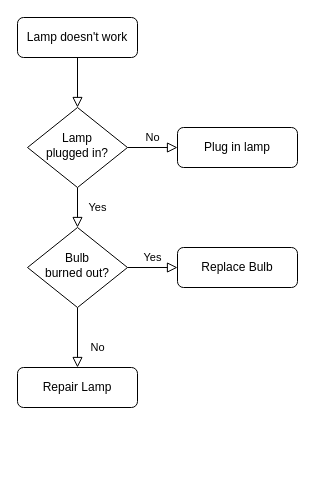
This is Untitled Diagram.drawio from carlonelong/pics, a draw.io file, before an edit. Source tidied: cells renumbered, new cells numbered last; positions are measured from the earlier drawing's top-left corner, leaving out a move shared by most shapes. Both pictures are drawn from the tidied source at 100%, with x=0, y=0 at pixel (17, 17).
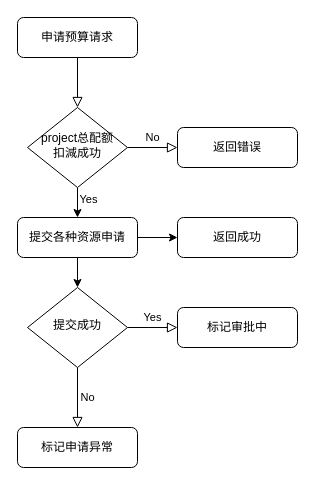
The same diagram, later.

Diff of the diagram source:
```diff
@@
 <mxGraphModel>
   <root>
     <mxCell id="0" />
     <mxCell id="1" parent="0" />
     <mxCell id="2" style="rounded=0;html=1;jettySize=auto;fontSize=11;endArrow=block;endFill=0;endSize=8;strokeWidth=1;shadow=0;labelBackgroundColor=none;edgeStyle=orthogonalEdgeStyle;" parent="1" edge="1" source="3" target="6">
       <mxGeometry relative="1" as="geometry" />
     </mxCell>
-    <mxCell id="3" value="Lamp doesn't work" style="rounded=1;whiteSpace=wrap;html=1;fontSize=12;glass=0;strokeWidth=1;shadow=0;" parent="1" vertex="1">
+    <mxCell id="3" value="申请预算请求" style="rounded=1;whiteSpace=wrap;html=1;fontSize=12;glass=0;strokeWidth=1;shadow=0;" parent="1" vertex="1">
       <mxGeometry width="120" height="40" as="geometry" />
     </mxCell>
+    <mxCell id="5" value="No" style="edgeStyle=orthogonalEdgeStyle;rounded=0;html=1;jettySize=auto;fontSize=11;endArrow=block;endFill=0;endSize=8;strokeWidth=1;shadow=0;labelBackgroundColor=none;" parent="1" edge="1" source="6" target="7">
+      <mxGeometry y="10" relative="1" as="geometry" />
+    </mxCell>
+    <mxCell id="13" style="edgeStyle=orthogonalEdgeStyle;rounded=0;jettySize=auto;html=1;exitX=0.5;exitY=1;exitDx=0;exitDy=0;entryX=0.5;entryY=0;entryDx=0;entryDy=0;" parent="1" edge="1" source="6" target="16">
+      <mxGeometry relative="1" as="geometry" />
+    </mxCell>
-    <mxCell id="4" value="Yes" style="rounded=0;html=1;jettySize=auto;fontSize=11;endArrow=block;endFill=0;endSize=8;strokeWidth=1;shadow=0;labelBackgroundColor=none;edgeStyle=orthogonalEdgeStyle;" parent="1" edge="1" source="6" target="10">
-      <mxGeometry y="20" relative="1" as="geometry" />
+    <mxCell id="4" value="Yes&lt;br&gt;" style="edgeLabel;html=1;align=center;verticalAlign=middle;" parent="13" vertex="1">
+      <mxGeometry x="-0.27" y="1" relative="1" as="geometry">
+        <mxPoint x="9" as="offset" />
+      </mxGeometry>
     </mxCell>
-    <mxCell id="5" value="No" style="edgeStyle=orthogonalEdgeStyle;rounded=0;html=1;jettySize=auto;fontSize=11;endArrow=block;endFill=0;endSize=8;strokeWidth=1;shadow=0;labelBackgroundColor=none;" parent="1" edge="1" source="6" target="7">
-      <mxGeometry y="10" relative="1" as="geometry" />
-    </mxCell>
-    <mxCell id="6" value="Lamp&lt;br&gt;plugged in?" style="rhombus;whiteSpace=wrap;html=1;shadow=0;fontFamily=Helvetica;fontSize=12;align=center;strokeWidth=1;spacing=6;spacingTop=-4;" parent="1" vertex="1">
+    <mxCell id="6" value="project总配额&lt;br&gt;扣減成功" style="rhombus;whiteSpace=wrap;html=1;shadow=0;fontFamily=Helvetica;fontSize=12;align=center;strokeWidth=1;spacing=6;spacingTop=-4;" parent="1" vertex="1">
       <mxGeometry x="10" y="90" width="100" height="80" as="geometry" />
     </mxCell>
-    <mxCell id="7" value="Plug in lamp" style="rounded=1;whiteSpace=wrap;html=1;fontSize=12;glass=0;strokeWidth=1;shadow=0;" parent="1" vertex="1">
+    <mxCell id="7" value="返回错误" style="rounded=1;whiteSpace=wrap;html=1;fontSize=12;glass=0;strokeWidth=1;shadow=0;" parent="1" vertex="1">
       <mxGeometry x="160" y="110" width="120" height="40" as="geometry" />
     </mxCell>
     <mxCell id="8" value="No" style="rounded=0;html=1;jettySize=auto;fontSize=11;endArrow=block;endFill=0;endSize=8;strokeWidth=1;shadow=0;labelBackgroundColor=none;edgeStyle=orthogonalEdgeStyle;" parent="1" edge="1" source="10" target="11">
-      <mxGeometry x="0.33" y="20" relative="1" as="geometry" />
+      <mxGeometry y="10" relative="1" as="geometry" />
     </mxCell>
     <mxCell id="9" value="Yes" style="edgeStyle=orthogonalEdgeStyle;rounded=0;html=1;jettySize=auto;fontSize=11;endArrow=block;endFill=0;endSize=8;strokeWidth=1;shadow=0;labelBackgroundColor=none;" parent="1" edge="1" source="10" target="12">
       <mxGeometry y="10" relative="1" as="geometry" />
     </mxCell>
-    <mxCell id="10" value="Bulb&lt;br&gt;burned out?" style="rhombus;whiteSpace=wrap;html=1;shadow=0;fontFamily=Helvetica;fontSize=12;align=center;strokeWidth=1;spacing=6;spacingTop=-4;" parent="1" vertex="1">
-      <mxGeometry x="10" y="210" width="100" height="80" as="geometry" />
+    <mxCell id="10" value="提交成功" style="rhombus;whiteSpace=wrap;html=1;shadow=0;fontFamily=Helvetica;fontSize=12;align=center;strokeWidth=1;spacing=6;spacingTop=-4;" parent="1" vertex="1">
+      <mxGeometry x="10" y="270" width="100" height="80" as="geometry" />
     </mxCell>
-    <mxCell id="11" value="Repair Lamp" style="rounded=1;whiteSpace=wrap;html=1;fontSize=12;glass=0;strokeWidth=1;shadow=0;" parent="1" vertex="1">
-      <mxGeometry y="350" width="120" height="40" as="geometry" />
+    <mxCell id="11" value="标记申请异常" style="rounded=1;whiteSpace=wrap;html=1;fontSize=12;glass=0;strokeWidth=1;shadow=0;" parent="1" vertex="1">
+      <mxGeometry y="410" width="120" height="40" as="geometry" />
     </mxCell>
-    <mxCell id="12" value="Replace Bulb" style="rounded=1;whiteSpace=wrap;html=1;fontSize=12;glass=0;strokeWidth=1;shadow=0;" parent="1" vertex="1">
-      <mxGeometry x="160" y="230" width="120" height="40" as="geometry" />
+    <mxCell id="12" value="标记审批中" style="rounded=1;whiteSpace=wrap;html=1;fontSize=12;glass=0;strokeWidth=1;shadow=0;" parent="1" vertex="1">
+      <mxGeometry x="160" y="290" width="120" height="40" as="geometry" />
     </mxCell>
+    <mxCell id="14" style="edgeStyle=orthogonalEdgeStyle;rounded=0;jettySize=auto;html=1;exitX=0.5;exitY=1;exitDx=0;exitDy=0;entryX=0.5;entryY=0;entryDx=0;entryDy=0;" parent="1" edge="1" source="16" target="10">
+      <mxGeometry relative="1" as="geometry" />
+    </mxCell>
+    <mxCell id="15" style="edgeStyle=orthogonalEdgeStyle;rounded=0;jettySize=auto;html=1;exitX=1;exitY=0.5;exitDx=0;exitDy=0;entryX=0;entryY=0.5;entryDx=0;entryDy=0;" parent="1" edge="1" source="16" target="17">
+      <mxGeometry relative="1" as="geometry" />
+    </mxCell>
+    <mxCell id="16" value="提交各种资源申请" style="rounded=1;whiteSpace=wrap;html=1;fontSize=12;glass=0;strokeWidth=1;shadow=0;" parent="1" vertex="1">
+      <mxGeometry y="200" width="120" height="40" as="geometry" />
+    </mxCell>
+    <mxCell id="17" value="返回成功" style="rounded=1;whiteSpace=wrap;html=1;fontSize=12;glass=0;strokeWidth=1;shadow=0;" parent="1" vertex="1">
+      <mxGeometry x="160" y="200" width="120" height="40" as="geometry" />
+    </mxCell>
   </root>
 </mxGraphModel>
```
